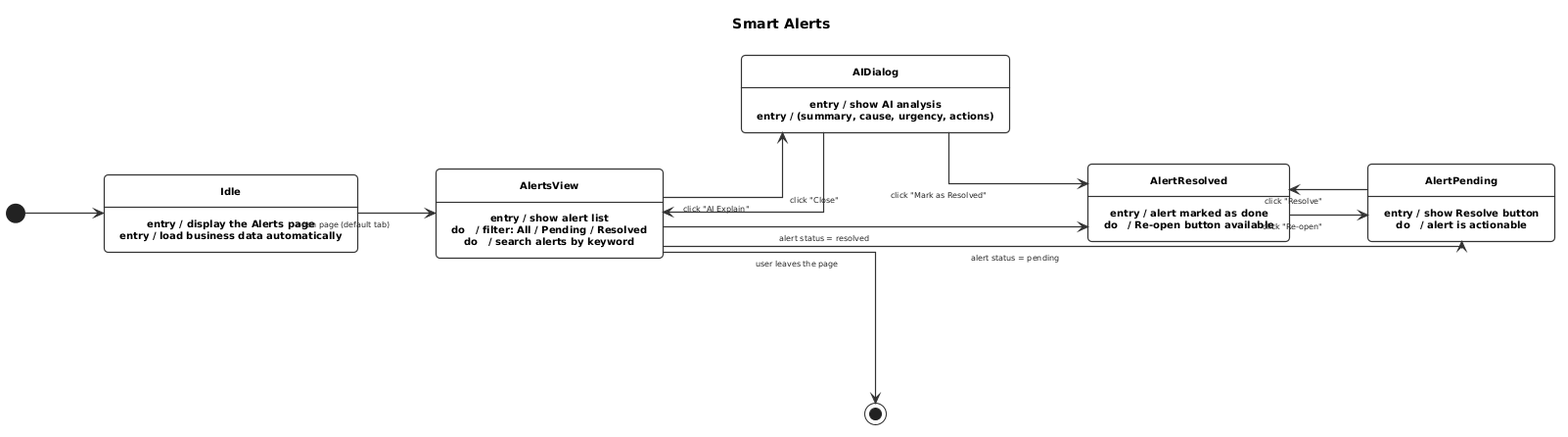
rayenbenzid1/PFE-Latex keeps this PlantUML diagram as images/sprint4/State Transition Diagram - Smart Alerts.png. Above is the earlier version. The source it was exported from:
```plantuml
@startuml
skinparam DefaultFontName Arial
skinparam DefaultFontSize 9
skinparam StateBorderColor #333333
skinparam StateBackgroundColor #FFFFFF
skinparam StateBorderThickness 1.2
skinparam ArrowColor #333333
skinparam ArrowThickness 1.2
skinparam StateAttributeFontSize 8
skinparam StateAttributeFontColor #555555
skinparam StateFontSize 10
skinparam StateFontColor #000000
skinparam StateFontStyle bold
skinparam ArrowFontSize 8
skinparam ArrowFontColor #222222
skinparam defaultTextAlignment center
skinparam Padding 6
skinparam RoundCorner 8
skinparam nodesep 55
skinparam ranksep 80
skinparam shadowing false
skinparam linetype ortho
skinparam backgroundColor #FFFFFF

title Smart Alerts

left to right direction

state Idle {
  Idle : entry / display the Alerts page
  Idle : entry / load business data automatically
}

state AlertsView {
  AlertsView : entry / show alert list
  AlertsView : do   / filter: All / Pending / Resolved
  AlertsView : do   / search alerts by keyword
}

state AIDialog {
  AIDialog : entry / show AI analysis
  AIDialog : entry / (summary, cause, urgency, actions)
}

state AlertResolved {
  AlertResolved : entry / alert marked as done
  AlertResolved : do   / Re-open button available
}

state AlertPending {
  AlertPending : entry / show Resolve button
  AlertPending : do   / alert is actionable
}

[*]          --> Idle
Idle         --> AlertsView    : open page (default tab)
AlertsView   --> [*]           : user leaves the page

AlertsView  --> AIDialog       : click "AI Explain"
AIDialog    --> AlertsView     : click "Close"
AIDialog    --> AlertResolved  : click "Mark as Resolved"

AlertsView  --> AlertResolved  : alert status = resolved
AlertsView  --> AlertPending   : alert status = pending
AlertResolved --> AlertPending : click "Re-open"
AlertPending  --> AlertResolved : click "Resolve"
@enduml
```
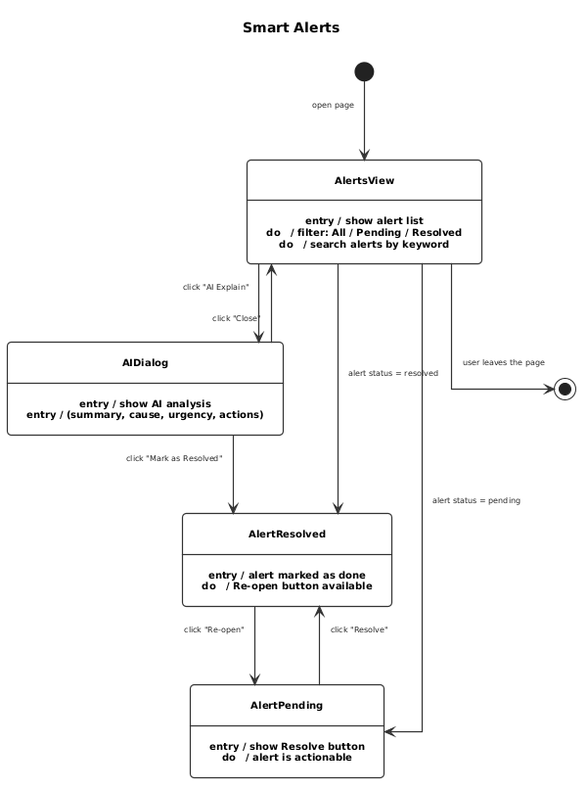
After the change.

Change to the diagram source:
```diff
@@ -1,6 +1,6 @@
 @startuml
 skinparam DefaultFontName Arial
-skinparam DefaultFontSize 9
+skinparam DefaultFontSize 12
 skinparam StateBorderColor #333333
 skinparam StateBackgroundColor #FFFFFF
 skinparam StateBorderThickness 1.2
@@ -14,7 +14,7 @@
 skinparam ArrowFontSize 8
 skinparam ArrowFontColor #222222
 skinparam defaultTextAlignment center
-skinparam Padding 6
+skinparam Padding 10
 skinparam RoundCorner 8
 skinparam nodesep 55
 skinparam ranksep 80
@@ -24,12 +24,7 @@
 
 title Smart Alerts
 
-left to right direction
 
-state Idle {
-  Idle : entry / display the Alerts page
-  Idle : entry / load business data automatically
-}
 
 state AlertsView {
   AlertsView : entry / show alert list
@@ -52,8 +47,7 @@
   AlertPending : do   / alert is actionable
 }
 
-[*]          --> Idle
-Idle         --> AlertsView    : open page (default tab)
+[*]          --> AlertsView : open page
 AlertsView   --> [*]           : user leaves the page
 
 AlertsView  --> AIDialog       : click "AI Explain"
```
